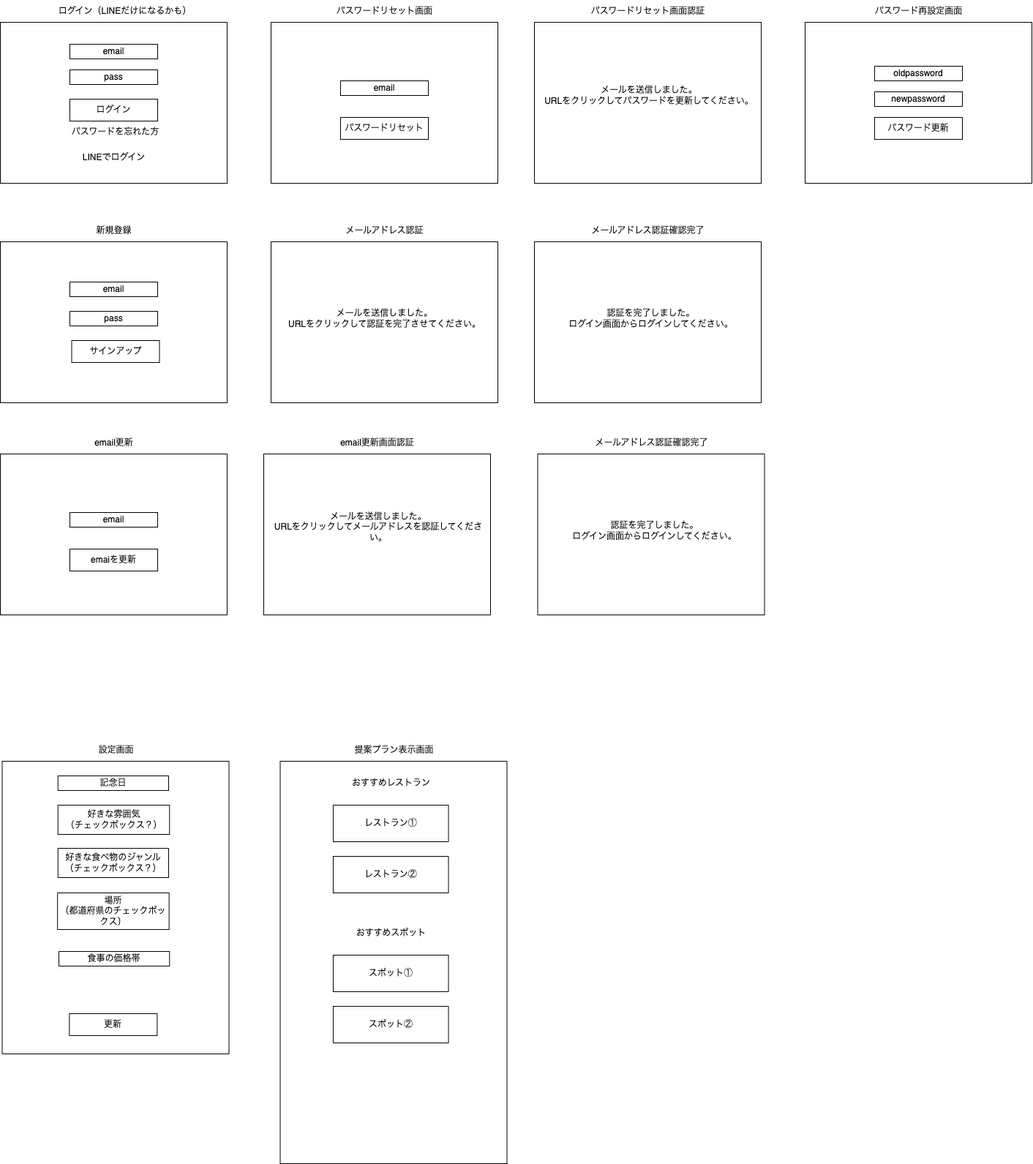
Above: ワイヤーフレーム.drawio.png in Ko-au02/anniversary-assistant (draw.io), before the change. Source tidied: cells renumbered, new cells last; positions are measured from the earlier drawing's top-left corner, leaving out a move shared by most shapes. Source of this version:
```xml
<mxGraphModel>
  <root>
    <mxCell id="0" />
    <mxCell id="1" parent="0" />
    <mxCell id="2" style="rounded=0;whiteSpace=wrap;html=1;" parent="1" vertex="1">
      <mxGeometry y="30" width="310" height="220" as="geometry" />
    </mxCell>
    <mxCell id="3" style="rounded=0;whiteSpace=wrap;html=1;" parent="1" vertex="1">
      <mxGeometry x="370" y="330" width="310" height="220" as="geometry" />
    </mxCell>
    <mxCell id="4" style="rounded=0;whiteSpace=wrap;html=1;" parent="1" vertex="1">
      <mxGeometry y="330" width="310" height="220" as="geometry" />
    </mxCell>
    <mxCell id="5" value="email" style="rounded=0;whiteSpace=wrap;html=1;" parent="1" vertex="1">
      <mxGeometry x="95" y="60" width="120" height="20" as="geometry" />
    </mxCell>
    <mxCell id="6" value="pass" style="rounded=0;whiteSpace=wrap;html=1;" parent="1" vertex="1">
      <mxGeometry x="95" y="95" width="120" height="20" as="geometry" />
    </mxCell>
    <mxCell id="7" value="ログイン" style="rounded=0;whiteSpace=wrap;html=1;" parent="1" vertex="1">
      <mxGeometry x="95" y="135" width="120" height="30" as="geometry" />
    </mxCell>
    <mxCell id="8" value="ログイン（LINEだけになるかも）" style="text;html=1;align=center;verticalAlign=middle;strokeColor=none;fillColor=none;" parent="1" vertex="1">
      <mxGeometry x="70" width="200" height="30" as="geometry" />
    </mxCell>
    <mxCell id="9" value="新規登録" style="text;html=1;align=center;verticalAlign=middle;strokeColor=none;fillColor=none;" parent="1" vertex="1">
      <mxGeometry x="120" y="300" width="70" height="30" as="geometry" />
    </mxCell>
    <mxCell id="10" value="LINEでログイン" style="text;html=1;align=center;verticalAlign=middle;whiteSpace=wrap;rounded=0;" parent="1" vertex="1">
      <mxGeometry x="92.5" y="200" width="125" height="30" as="geometry" />
    </mxCell>
    <mxCell id="11" value="email" style="rounded=0;whiteSpace=wrap;html=1;" parent="1" vertex="1">
      <mxGeometry x="95" y="385" width="120" height="20" as="geometry" />
    </mxCell>
    <mxCell id="12" value="pass" style="rounded=0;whiteSpace=wrap;html=1;" parent="1" vertex="1">
      <mxGeometry x="95" y="425" width="120" height="20" as="geometry" />
    </mxCell>
    <mxCell id="13" value="サインアップ" style="rounded=0;whiteSpace=wrap;html=1;" parent="1" vertex="1">
      <mxGeometry x="97.5" y="465" width="120" height="30" as="geometry" />
    </mxCell>
    <mxCell id="14" value="パスワードを忘れた方" style="text;html=1;align=center;verticalAlign=middle;whiteSpace=wrap;rounded=0;" parent="1" vertex="1">
      <mxGeometry x="90" y="165" width="135" height="30" as="geometry" />
    </mxCell>
    <mxCell id="15" value="メールアドレス認証" style="text;html=1;align=center;verticalAlign=middle;strokeColor=none;fillColor=none;" parent="1" vertex="1">
      <mxGeometry x="460" y="300" width="130" height="30" as="geometry" />
    </mxCell>
    <mxCell id="16" value="メールを送信しました。&lt;div&gt;URLをクリックして認証を完了させてください。&lt;/div&gt;" style="text;html=1;align=center;verticalAlign=middle;whiteSpace=wrap;rounded=0;" parent="1" vertex="1">
      <mxGeometry x="382.5" y="420" width="285" height="30" as="geometry" />
    </mxCell>
    <mxCell id="17" style="rounded=0;whiteSpace=wrap;html=1;" parent="1" vertex="1">
      <mxGeometry x="730" y="330" width="310" height="220" as="geometry" />
    </mxCell>
    <mxCell id="18" value="メールアドレス認証確認完了" style="text;html=1;align=center;verticalAlign=middle;strokeColor=none;fillColor=none;" parent="1" vertex="1">
      <mxGeometry x="795" y="300" width="180" height="30" as="geometry" />
    </mxCell>
    <mxCell id="19" value="認証を完了しました。&lt;div&gt;ログイン画面からログインしてください。&lt;/div&gt;" style="text;html=1;align=center;verticalAlign=middle;whiteSpace=wrap;rounded=0;" parent="1" vertex="1">
      <mxGeometry x="747" y="420" width="285" height="30" as="geometry" />
    </mxCell>
    <mxCell id="20" style="rounded=0;whiteSpace=wrap;html=1;" parent="1" vertex="1">
      <mxGeometry x="370" y="30" width="310" height="220" as="geometry" />
    </mxCell>
    <mxCell id="21" value="パスワードリセット画面" style="text;html=1;align=center;verticalAlign=middle;strokeColor=none;fillColor=none;" parent="1" vertex="1">
      <mxGeometry x="445" width="160" height="30" as="geometry" />
    </mxCell>
    <mxCell id="22" value="email" style="rounded=0;whiteSpace=wrap;html=1;" parent="1" vertex="1">
      <mxGeometry x="465" y="110" width="120" height="20" as="geometry" />
    </mxCell>
    <mxCell id="23" value="パスワードリセット" style="rounded=0;whiteSpace=wrap;html=1;" parent="1" vertex="1">
      <mxGeometry x="465" y="160" width="120" height="30" as="geometry" />
    </mxCell>
    <mxCell id="24" style="rounded=0;whiteSpace=wrap;html=1;" parent="1" vertex="1">
      <mxGeometry x="730" y="30" width="310" height="220" as="geometry" />
    </mxCell>
    <mxCell id="25" value="パスワードリセット画面認証" style="text;html=1;align=center;verticalAlign=middle;strokeColor=none;fillColor=none;" parent="1" vertex="1">
      <mxGeometry x="795" width="180" height="30" as="geometry" />
    </mxCell>
    <mxCell id="26" value="メールを送信しました。&lt;div&gt;URLをクリックしてパスワードを更新してください。&lt;/div&gt;" style="text;html=1;align=center;verticalAlign=middle;whiteSpace=wrap;rounded=0;" parent="1" vertex="1">
      <mxGeometry x="742.5" y="115" width="287.5" height="30" as="geometry" />
    </mxCell>
    <mxCell id="27" style="rounded=0;whiteSpace=wrap;html=1;" parent="1" vertex="1">
      <mxGeometry x="1100" y="30" width="310" height="220" as="geometry" />
    </mxCell>
    <mxCell id="28" value="パスワード再設定画面" style="text;html=1;align=center;verticalAlign=middle;strokeColor=none;fillColor=none;" parent="1" vertex="1">
      <mxGeometry x="1185" width="140" height="30" as="geometry" />
    </mxCell>
    <mxCell id="29" value="oldpassword" style="rounded=0;whiteSpace=wrap;html=1;" parent="1" vertex="1">
      <mxGeometry x="1195" y="90" width="120" height="20" as="geometry" />
    </mxCell>
    <mxCell id="30" value="パスワード更新" style="rounded=0;whiteSpace=wrap;html=1;" parent="1" vertex="1">
      <mxGeometry x="1195" y="160" width="120" height="30" as="geometry" />
    </mxCell>
    <mxCell id="31" value="newpassword" style="rounded=0;whiteSpace=wrap;html=1;" parent="1" vertex="1">
      <mxGeometry x="1195" y="125" width="120" height="20" as="geometry" />
    </mxCell>
    <mxCell id="32" style="rounded=0;whiteSpace=wrap;html=1;" parent="1" vertex="1">
      <mxGeometry y="620" width="310" height="220" as="geometry" />
    </mxCell>
    <mxCell id="33" value="email更新" style="text;html=1;align=center;verticalAlign=middle;strokeColor=none;fillColor=none;" parent="1" vertex="1">
      <mxGeometry x="115" y="590" width="80" height="30" as="geometry" />
    </mxCell>
    <mxCell id="34" value="email" style="rounded=0;whiteSpace=wrap;html=1;" parent="1" vertex="1">
      <mxGeometry x="95" y="700" width="120" height="20" as="geometry" />
    </mxCell>
    <mxCell id="35" value="emaiを更新" style="rounded=0;whiteSpace=wrap;html=1;" parent="1" vertex="1">
      <mxGeometry x="95" y="750" width="120" height="30" as="geometry" />
    </mxCell>
    <mxCell id="36" style="rounded=0;whiteSpace=wrap;html=1;" parent="1" vertex="1">
      <mxGeometry x="360" y="620" width="310" height="220" as="geometry" />
    </mxCell>
    <mxCell id="37" value="email更新画面認証" style="text;html=1;align=center;verticalAlign=middle;strokeColor=none;fillColor=none;" parent="1" vertex="1">
      <mxGeometry x="455" y="590" width="120" height="30" as="geometry" />
    </mxCell>
    <mxCell id="38" value="メールを送信しました。&lt;div&gt;URLをクリックしてメールアドレスを認証してください。&lt;/div&gt;" style="text;html=1;align=center;verticalAlign=middle;whiteSpace=wrap;rounded=0;" parent="1" vertex="1">
      <mxGeometry x="372.5" y="705" width="287.5" height="30" as="geometry" />
    </mxCell>
    <mxCell id="39" style="rounded=0;whiteSpace=wrap;html=1;" parent="1" vertex="1">
      <mxGeometry x="734.5" y="620" width="310" height="220" as="geometry" />
    </mxCell>
    <mxCell id="40" value="メールアドレス認証確認完了" style="text;html=1;align=center;verticalAlign=middle;strokeColor=none;fillColor=none;" parent="1" vertex="1">
      <mxGeometry x="799.5" y="590" width="180" height="30" as="geometry" />
    </mxCell>
    <mxCell id="41" value="認証を完了しました。&lt;div&gt;ログイン画面からログインしてください。&lt;/div&gt;" style="text;html=1;align=center;verticalAlign=middle;whiteSpace=wrap;rounded=0;" parent="1" vertex="1">
      <mxGeometry x="751.5" y="710" width="285" height="30" as="geometry" />
    </mxCell>
    <mxCell id="42" style="rounded=0;whiteSpace=wrap;html=1;" parent="1" vertex="1">
      <mxGeometry x="2.5" y="1040" width="310" height="400" as="geometry" />
    </mxCell>
    <mxCell id="43" value="設定画面" style="text;html=1;align=center;verticalAlign=middle;strokeColor=none;fillColor=none;" parent="1" vertex="1">
      <mxGeometry x="122.5" y="1010" width="70" height="30" as="geometry" />
    </mxCell>
    <mxCell id="44" value="記念日" style="rounded=0;whiteSpace=wrap;html=1;" parent="1" vertex="1">
      <mxGeometry x="78.8" y="1060" width="151.2" height="20" as="geometry" />
    </mxCell>
    <mxCell id="45" value="更新" style="rounded=0;whiteSpace=wrap;html=1;" parent="1" vertex="1">
      <mxGeometry x="94.4" y="1385" width="120" height="30" as="geometry" />
    </mxCell>
    <mxCell id="46" value="好きな雰囲気&lt;div&gt;（チェックボックス？）&lt;/div&gt;" style="rounded=0;whiteSpace=wrap;html=1;" parent="1" vertex="1">
      <mxGeometry x="78.8" y="1100" width="152.5" height="40" as="geometry" />
    </mxCell>
    <mxCell id="47" value="好きな食べ物のジャンル&lt;div&gt;（チェックボックス？）&lt;/div&gt;" style="rounded=0;whiteSpace=wrap;html=1;" parent="1" vertex="1">
      <mxGeometry x="78.8" y="1159" width="151.2" height="40" as="geometry" />
    </mxCell>
    <mxCell id="48" value="場所&lt;div&gt;（都道府県のチェックボックス）&lt;/div&gt;" style="rounded=0;whiteSpace=wrap;html=1;" parent="1" vertex="1">
      <mxGeometry x="78.1" y="1220" width="152.5" height="50" as="geometry" />
    </mxCell>
    <mxCell id="49" value="食事の価格帯" style="rounded=0;whiteSpace=wrap;html=1;" parent="1" vertex="1">
      <mxGeometry x="80" y="1300" width="151.2" height="20" as="geometry" />
    </mxCell>
    <mxCell id="50" style="rounded=0;whiteSpace=wrap;html=1;" parent="1" vertex="1">
      <mxGeometry x="382.5" y="1040" width="310" height="550" as="geometry" />
    </mxCell>
    <mxCell id="51" value="提案プラン表示画面" style="text;html=1;align=center;verticalAlign=middle;strokeColor=none;fillColor=none;" parent="1" vertex="1">
      <mxGeometry x="472.5" y="1010" width="130" height="30" as="geometry" />
    </mxCell>
    <mxCell id="52" value="レストラン①" style="rounded=0;whiteSpace=wrap;html=1;" parent="1" vertex="1">
      <mxGeometry x="455" y="1100" width="157.5" height="50" as="geometry" />
    </mxCell>
    <mxCell id="53" value="おすすめレストラン" style="text;html=1;align=center;verticalAlign=middle;whiteSpace=wrap;rounded=0;" parent="1" vertex="1">
      <mxGeometry x="462.5" y="1055" width="142.5" height="30" as="geometry" />
    </mxCell>
    <mxCell id="54" value="レストラン②" style="rounded=0;whiteSpace=wrap;html=1;" parent="1" vertex="1">
      <mxGeometry x="455" y="1170" width="157.5" height="50" as="geometry" />
    </mxCell>
    <mxCell id="55" value="スポット①" style="rounded=0;whiteSpace=wrap;html=1;" parent="1" vertex="1">
      <mxGeometry x="455" y="1305" width="157.5" height="50" as="geometry" />
    </mxCell>
    <mxCell id="56" value="おすすめスポット" style="text;html=1;align=center;verticalAlign=middle;whiteSpace=wrap;rounded=0;" parent="1" vertex="1">
      <mxGeometry x="462.5" y="1260" width="142.5" height="30" as="geometry" />
    </mxCell>
    <mxCell id="57" value="スポット②" style="rounded=0;whiteSpace=wrap;html=1;" parent="1" vertex="1">
      <mxGeometry x="455" y="1375" width="157.5" height="50" as="geometry" />
    </mxCell>
  </root>
</mxGraphModel>
```
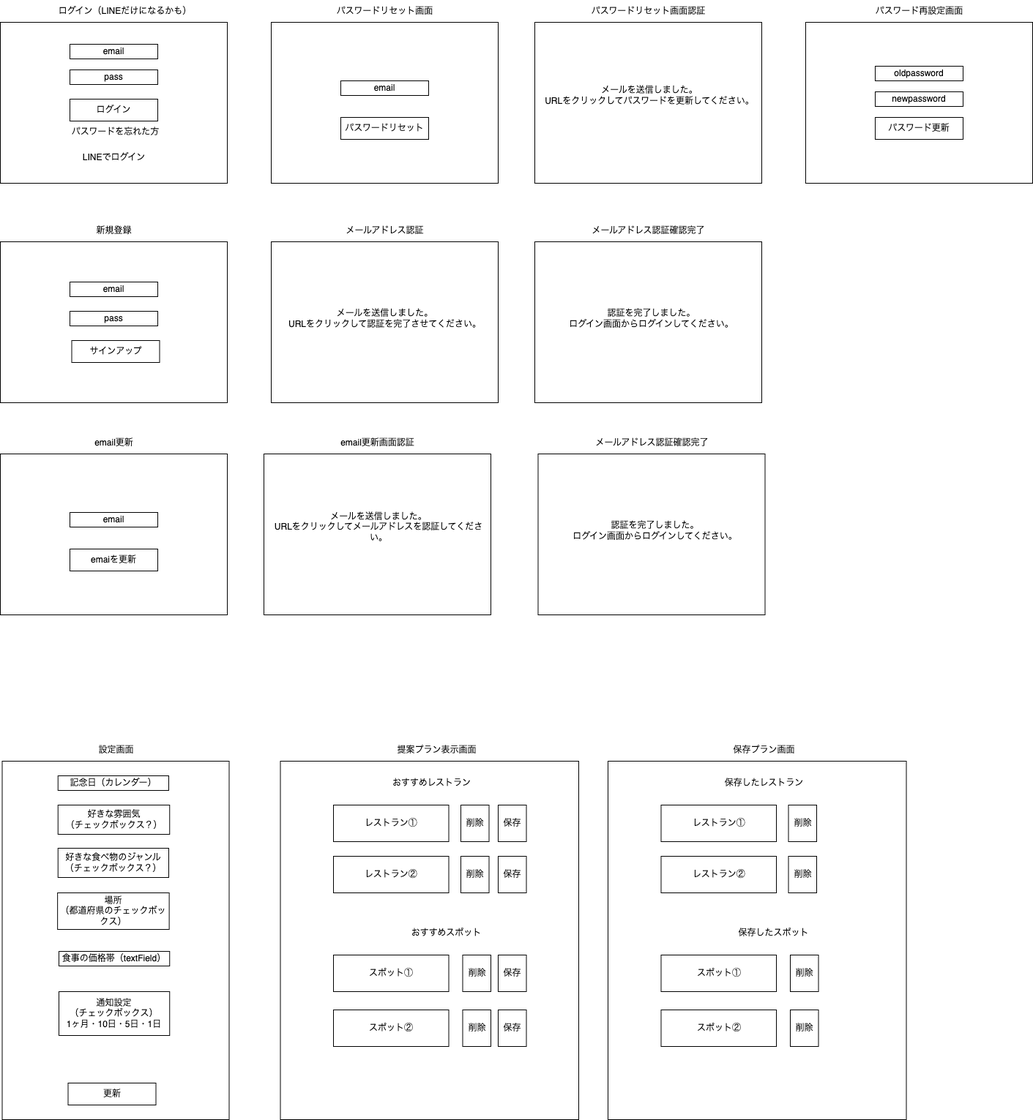
After the change.

Commit message:
ワイヤーフレーム.drawio.png を更新します

Diff of the diagram source:
```diff
@@ -123,16 +123,16 @@
       <mxGeometry x="751.5" y="710" width="285" height="30" as="geometry" />
     </mxCell>
     <mxCell id="42" style="rounded=0;whiteSpace=wrap;html=1;" parent="1" vertex="1">
-      <mxGeometry x="2.5" y="1040" width="310" height="400" as="geometry" />
+      <mxGeometry x="2.5" y="1040" width="310" height="490" as="geometry" />
     </mxCell>
     <mxCell id="43" value="設定画面" style="text;html=1;align=center;verticalAlign=middle;strokeColor=none;fillColor=none;" parent="1" vertex="1">
       <mxGeometry x="122.5" y="1010" width="70" height="30" as="geometry" />
     </mxCell>
-    <mxCell id="44" value="記念日" style="rounded=0;whiteSpace=wrap;html=1;" parent="1" vertex="1">
+    <mxCell id="44" value="記念日（カレンダー）" style="rounded=0;whiteSpace=wrap;html=1;" parent="1" vertex="1">
       <mxGeometry x="78.8" y="1060" width="151.2" height="20" as="geometry" />
     </mxCell>
     <mxCell id="45" value="更新" style="rounded=0;whiteSpace=wrap;html=1;" parent="1" vertex="1">
-      <mxGeometry x="94.4" y="1385" width="120" height="30" as="geometry" />
+      <mxGeometry x="92.5" y="1480" width="120" height="30" as="geometry" />
     </mxCell>
     <mxCell id="46" value="好きな雰囲気&lt;div&gt;（チェックボックス？）&lt;/div&gt;" style="rounded=0;whiteSpace=wrap;html=1;" parent="1" vertex="1">
       <mxGeometry x="78.8" y="1100" width="152.5" height="40" as="geometry" />
@@ -143,20 +143,20 @@
     <mxCell id="48" value="場所&lt;div&gt;（都道府県のチェックボックス）&lt;/div&gt;" style="rounded=0;whiteSpace=wrap;html=1;" parent="1" vertex="1">
       <mxGeometry x="78.1" y="1220" width="152.5" height="50" as="geometry" />
     </mxCell>
-    <mxCell id="49" value="食事の価格帯" style="rounded=0;whiteSpace=wrap;html=1;" parent="1" vertex="1">
+    <mxCell id="49" value="食事の価格帯（textField）" style="rounded=0;whiteSpace=wrap;html=1;" parent="1" vertex="1">
       <mxGeometry x="80" y="1300" width="151.2" height="20" as="geometry" />
     </mxCell>
     <mxCell id="50" style="rounded=0;whiteSpace=wrap;html=1;" parent="1" vertex="1">
-      <mxGeometry x="382.5" y="1040" width="310" height="550" as="geometry" />
+      <mxGeometry x="382.5" y="1040" width="407.5" height="490" as="geometry" />
     </mxCell>
     <mxCell id="51" value="提案プラン表示画面" style="text;html=1;align=center;verticalAlign=middle;strokeColor=none;fillColor=none;" parent="1" vertex="1">
-      <mxGeometry x="472.5" y="1010" width="130" height="30" as="geometry" />
+      <mxGeometry x="530.5" y="1010" width="130" height="30" as="geometry" />
     </mxCell>
     <mxCell id="52" value="レストラン①" style="rounded=0;whiteSpace=wrap;html=1;" parent="1" vertex="1">
       <mxGeometry x="455" y="1100" width="157.5" height="50" as="geometry" />
     </mxCell>
     <mxCell id="53" value="おすすめレストラン" style="text;html=1;align=center;verticalAlign=middle;whiteSpace=wrap;rounded=0;" parent="1" vertex="1">
-      <mxGeometry x="462.5" y="1055" width="142.5" height="30" as="geometry" />
+      <mxGeometry x="517.5" y="1055" width="142.5" height="30" as="geometry" />
     </mxCell>
     <mxCell id="54" value="レストラン②" style="rounded=0;whiteSpace=wrap;html=1;" parent="1" vertex="1">
       <mxGeometry x="455" y="1170" width="157.5" height="50" as="geometry" />
@@ -165,10 +165,73 @@
       <mxGeometry x="455" y="1305" width="157.5" height="50" as="geometry" />
     </mxCell>
     <mxCell id="56" value="おすすめスポット" style="text;html=1;align=center;verticalAlign=middle;whiteSpace=wrap;rounded=0;" parent="1" vertex="1">
-      <mxGeometry x="462.5" y="1260" width="142.5" height="30" as="geometry" />
+      <mxGeometry x="537.5" y="1260" width="142.5" height="30" as="geometry" />
     </mxCell>
     <mxCell id="57" value="スポット②" style="rounded=0;whiteSpace=wrap;html=1;" parent="1" vertex="1">
-      <mxGeometry x="455" y="1375" width="157.5" height="50" as="geometry" />
+      <mxGeometry x="455" y="1380" width="157.5" height="50" as="geometry" />
     </mxCell>
+    <mxCell id="58" value="削除" style="rounded=0;whiteSpace=wrap;html=1;" parent="1" vertex="1">
+      <mxGeometry x="629" y="1100" width="38.5" height="50" as="geometry" />
+    </mxCell>
+    <mxCell id="59" value="削除" style="rounded=0;whiteSpace=wrap;html=1;" parent="1" vertex="1">
+      <mxGeometry x="629" y="1170" width="38.5" height="50" as="geometry" />
+    </mxCell>
+    <mxCell id="60" value="削除" style="rounded=0;whiteSpace=wrap;html=1;" parent="1" vertex="1">
+      <mxGeometry x="631.5" y="1305" width="38.5" height="50" as="geometry" />
+    </mxCell>
+    <mxCell id="61" value="削除" style="rounded=0;whiteSpace=wrap;html=1;" parent="1" vertex="1">
+      <mxGeometry x="631.5" y="1380" width="38.5" height="50" as="geometry" />
+    </mxCell>
+    <mxCell id="62" value="通知設定&lt;div&gt;（チェックボックス）&lt;/div&gt;&lt;div&gt;1ヶ月・10日・5日・1日&lt;/div&gt;" style="rounded=0;whiteSpace=wrap;html=1;" parent="1" vertex="1">
+      <mxGeometry x="80" y="1355" width="151.2" height="60" as="geometry" />
+    </mxCell>
+    <mxCell id="63" value="保存" style="rounded=0;whiteSpace=wrap;html=1;" parent="1" vertex="1">
+      <mxGeometry x="680" y="1100" width="38.5" height="50" as="geometry" />
+    </mxCell>
+    <mxCell id="64" value="保存" style="rounded=0;whiteSpace=wrap;html=1;" parent="1" vertex="1">
+      <mxGeometry x="680" y="1170" width="38.5" height="50" as="geometry" />
+    </mxCell>
+    <mxCell id="65" value="保存" style="rounded=0;whiteSpace=wrap;html=1;" parent="1" vertex="1">
+      <mxGeometry x="680" y="1305" width="38.5" height="50" as="geometry" />
+    </mxCell>
+    <mxCell id="66" value="保存" style="rounded=0;whiteSpace=wrap;html=1;" parent="1" vertex="1">
+      <mxGeometry x="680" y="1380" width="38.5" height="50" as="geometry" />
+    </mxCell>
+    <mxCell id="67" style="rounded=0;whiteSpace=wrap;html=1;" parent="1" vertex="1">
+      <mxGeometry x="830" y="1040" width="407.5" height="490" as="geometry" />
+    </mxCell>
+    <mxCell id="68" value="保存プラン画面" style="text;html=1;align=center;verticalAlign=middle;strokeColor=none;fillColor=none;" parent="1" vertex="1">
+      <mxGeometry x="988" y="1010" width="110" height="30" as="geometry" />
+    </mxCell>
+    <mxCell id="69" value="レストラン①" style="rounded=0;whiteSpace=wrap;html=1;" parent="1" vertex="1">
+      <mxGeometry x="902.5" y="1100" width="157.5" height="50" as="geometry" />
+    </mxCell>
+    <mxCell id="70" value="保存したレストラン" style="text;html=1;align=center;verticalAlign=middle;whiteSpace=wrap;rounded=0;" parent="1" vertex="1">
+      <mxGeometry x="971.8" y="1055" width="142.5" height="30" as="geometry" />
+    </mxCell>
+    <mxCell id="71" value="レストラン②" style="rounded=0;whiteSpace=wrap;html=1;" parent="1" vertex="1">
+      <mxGeometry x="902.5" y="1170" width="157.5" height="50" as="geometry" />
+    </mxCell>
+    <mxCell id="72" value="スポット①" style="rounded=0;whiteSpace=wrap;html=1;" parent="1" vertex="1">
+      <mxGeometry x="902.5" y="1305" width="157.5" height="50" as="geometry" />
+    </mxCell>
+    <mxCell id="73" value="保存したスポット" style="text;html=1;align=center;verticalAlign=middle;whiteSpace=wrap;rounded=0;" parent="1" vertex="1">
+      <mxGeometry x="985" y="1260" width="142.5" height="30" as="geometry" />
+    </mxCell>
+    <mxCell id="74" value="スポット②" style="rounded=0;whiteSpace=wrap;html=1;" parent="1" vertex="1">
+      <mxGeometry x="902.5" y="1380" width="157.5" height="50" as="geometry" />
+    </mxCell>
+    <mxCell id="75" value="削除" style="rounded=0;whiteSpace=wrap;html=1;" parent="1" vertex="1">
+      <mxGeometry x="1076.5" y="1100" width="38.5" height="50" as="geometry" />
+    </mxCell>
+    <mxCell id="76" value="削除" style="rounded=0;whiteSpace=wrap;html=1;" parent="1" vertex="1">
+      <mxGeometry x="1076.5" y="1170" width="38.5" height="50" as="geometry" />
+    </mxCell>
+    <mxCell id="77" value="削除" style="rounded=0;whiteSpace=wrap;html=1;" parent="1" vertex="1">
+      <mxGeometry x="1079" y="1305" width="38.5" height="50" as="geometry" />
+    </mxCell>
+    <mxCell id="78" value="削除" style="rounded=0;whiteSpace=wrap;html=1;" parent="1" vertex="1">
+      <mxGeometry x="1079" y="1380" width="38.5" height="50" as="geometry" />
+    </mxCell>
   </root>
 </mxGraphModel>
```
